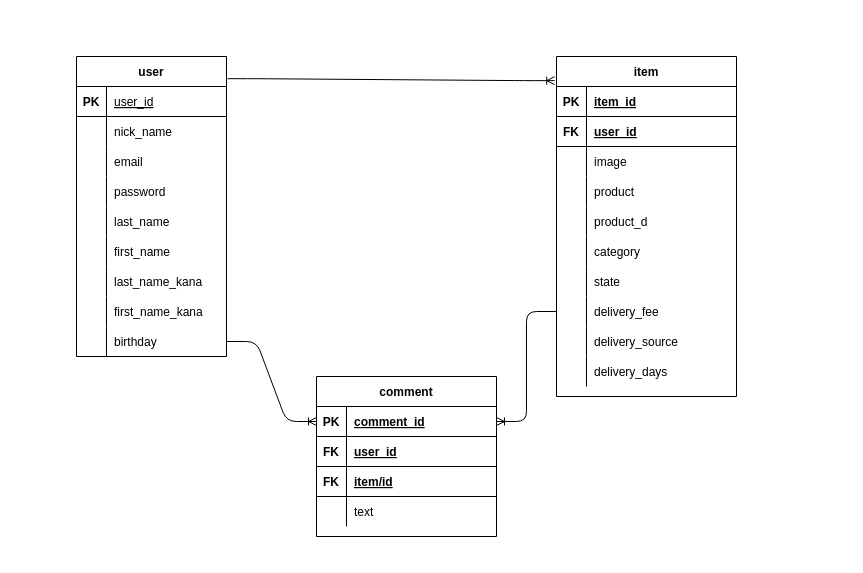
The draw.io diagram furima.dio in e-yamamoto0032/furima-32870, before the edit. Source tidied: cells renumbered, new cells numbered last; positions are measured from the earlier drawing's top-left corner, leaving out a move shared by most shapes. Both pictures are drawn from the tidied source at 100%, with x=0, y=0 at pixel (76, 56).
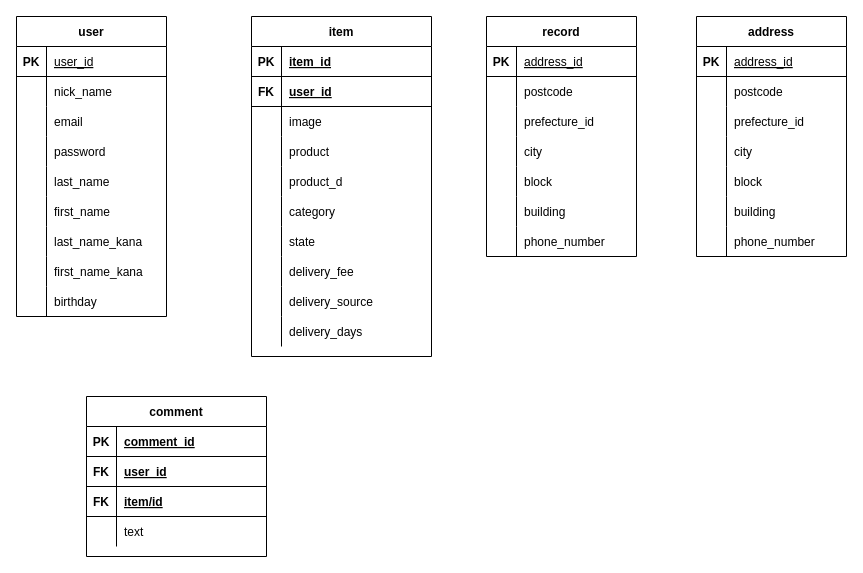
After the change.

Unchanged cells that the change refers to:
```xml
<mxCell id="27" style="shape=partialRectangle;fillColor=none;top=0;left=0;bottom=0;right=0;points=[[0,0.5],[1,0.5]];portConstraint=eastwest;" parent="2" vertex="1">
  <mxGeometry y="270" width="150" height="30" as="geometry" />
</mxCell>
<mxCell id="52" style="shape=partialRectangle;fillColor=none;top=0;left=0;bottom=0;right=0;points=[[0,0.5],[1,0.5]];portConstraint=eastwest;" parent="30" vertex="1">
  <mxGeometry y="240" width="180" height="30" as="geometry" />
</mxCell>
<mxCell id="62" style="shape=partialRectangle;fillColor=none;top=0;left=0;bottom=1;right=0;points=[[0,0.5],[1,0.5]];portConstraint=eastwest;" parent="61" vertex="1">
  <mxGeometry y="30" width="180" height="30" as="geometry" />
</mxCell>
```

Diff of the diagram source:
```diff
@@
     <mxCell id="2" value="user" style="shape=table;startSize=30;childLayout=tableLayout;rowLines=0;fontStyle=1;align=center;" parent="1" vertex="1">
-      <mxGeometry width="150" height="300" as="geometry" />
+      <mxGeometry x="-60" y="-40" width="150" height="300" as="geometry" />
     </mxCell>
@@
     <mxCell id="30" value="item" style="shape=table;startSize=30;childLayout=tableLayout;rowLines=0;fontStyle=1;align=center;" parent="1" vertex="1">
-      <mxGeometry x="480" width="180" height="340" as="geometry" />
+      <mxGeometry x="175" y="-40" width="180" height="340" as="geometry" />
     </mxCell>
@@
     <mxCell id="61" value="comment" style="shape=table;startSize=30;childLayout=tableLayout;rowLines=0;fontStyle=1;align=center;" parent="1" vertex="1">
-      <mxGeometry x="240" y="320" width="180" height="160" as="geometry" />
+      <mxGeometry x="10" y="340" width="180" height="160" as="geometry" />
     </mxCell>
@@
-    <mxCell id="74" style="edgeStyle=entityRelationEdgeStyle;fontSize=12;html=1;endArrow=ERoneToMany;exitX=1.007;exitY=0.074;exitDx=0;exitDy=0;exitPerimeter=0;entryX=-0.01;entryY=0.071;entryDx=0;entryDy=0;entryPerimeter=0;" parent="1" edge="1" source="2" target="30">
-      <mxGeometry relative="1" as="geometry" />
-    </mxCell>
-    <mxCell id="75" style="edgeStyle=entityRelationEdgeStyle;fontSize=12;html=1;endArrow=ERoneToMany;entryX=0;entryY=0.5;entryDx=0;entryDy=0;exitX=1;exitY=0.5;exitDx=0;exitDy=0;" parent="1" edge="1" source="27" target="62">
-      <mxGeometry relative="1" as="geometry" />
-    </mxCell>
-    <mxCell id="76" style="edgeStyle=entityRelationEdgeStyle;fontSize=12;html=1;endArrow=ERoneToMany;entryX=1;entryY=0.5;entryDx=0;entryDy=0;exitX=0;exitY=0.5;exitDx=0;exitDy=0;" parent="1" edge="1" source="52" target="62">
-      <mxGeometry relative="1" as="geometry" />
-    </mxCell>
+    <mxCell id="77" value="address" style="shape=table;startSize=30;childLayout=tableLayout;rowLines=0;fontStyle=1;align=center;" parent="1" vertex="1">
+      <mxGeometry x="620" y="-40" width="150" height="240" as="geometry" />
+    </mxCell>
+    <mxCell id="78" style="shape=partialRectangle;fillColor=none;top=0;left=0;bottom=1;right=0;" parent="77" vertex="1">
+      <mxGeometry y="30" width="150" height="30" as="geometry" />
+    </mxCell>
+    <mxCell id="79" value="PK" style="shape=partialRectangle;fillColor=none;top=0;left=0;bottom=0;right=0;fontStyle=1;overflow=hidden;" parent="78" vertex="1">
+      <mxGeometry width="30" height="30" as="geometry" />
+    </mxCell>
+    <mxCell id="80" value="address_id" style="shape=partialRectangle;fillColor=none;top=0;left=0;bottom=0;right=0;align=left;spacingLeft=6;fontStyle=4;overflow=hidden;" parent="78" vertex="1">
+      <mxGeometry x="30" width="120" height="30" as="geometry" />
+    </mxCell>
+    <mxCell id="81" style="shape=partialRectangle;fillColor=none;top=0;left=0;bottom=0;right=0;" parent="77" vertex="1">
+      <mxGeometry y="60" width="150" height="30" as="geometry" />
+    </mxCell>
+    <mxCell id="82" style="shape=partialRectangle;fillColor=none;top=0;left=0;bottom=0;right=0;overflow=hidden;" parent="81" vertex="1">
+      <mxGeometry width="30" height="30" as="geometry" />
+    </mxCell>
+    <mxCell id="83" value="postcode" style="shape=partialRectangle;fillColor=none;top=0;left=0;bottom=0;right=0;align=left;spacingLeft=6;overflow=hidden;" parent="81" vertex="1">
+      <mxGeometry x="30" width="120" height="30" as="geometry" />
+    </mxCell>
+    <mxCell id="84" style="shape=partialRectangle;fillColor=none;top=0;left=0;bottom=0;right=0;" parent="77" vertex="1">
+      <mxGeometry y="90" width="150" height="30" as="geometry" />
+    </mxCell>
+    <mxCell id="85" style="shape=partialRectangle;fillColor=none;top=0;left=0;bottom=0;right=0;overflow=hidden;" parent="84" vertex="1">
+      <mxGeometry width="30" height="30" as="geometry" />
+    </mxCell>
+    <mxCell id="86" value="prefecture_id" style="shape=partialRectangle;fillColor=none;top=0;left=0;bottom=0;right=0;align=left;spacingLeft=6;overflow=hidden;" parent="84" vertex="1">
+      <mxGeometry x="30" width="120" height="30" as="geometry" />
+    </mxCell>
+    <mxCell id="87" style="shape=partialRectangle;fillColor=none;top=0;left=0;bottom=0;right=0;" parent="77" vertex="1">
+      <mxGeometry y="120" width="150" height="30" as="geometry" />
+    </mxCell>
+    <mxCell id="88" style="shape=partialRectangle;fillColor=none;top=0;left=0;bottom=0;right=0;overflow=hidden;" parent="87" vertex="1">
+      <mxGeometry width="30" height="30" as="geometry" />
+    </mxCell>
+    <mxCell id="89" value="city" style="shape=partialRectangle;fillColor=none;top=0;left=0;bottom=0;right=0;align=left;spacingLeft=6;overflow=hidden;" parent="87" vertex="1">
+      <mxGeometry x="30" width="120" height="30" as="geometry" />
+    </mxCell>
+    <mxCell id="90" style="shape=partialRectangle;fillColor=none;top=0;left=0;bottom=0;right=0;" parent="77" vertex="1">
+      <mxGeometry y="150" width="150" height="30" as="geometry" />
+    </mxCell>
+    <mxCell id="91" style="shape=partialRectangle;fillColor=none;top=0;left=0;bottom=0;right=0;overflow=hidden;" parent="90" vertex="1">
+      <mxGeometry width="30" height="30" as="geometry" />
+    </mxCell>
+    <mxCell id="92" value="block" style="shape=partialRectangle;fillColor=none;top=0;left=0;bottom=0;right=0;align=left;spacingLeft=6;overflow=hidden;" parent="90" vertex="1">
+      <mxGeometry x="30" width="120" height="30" as="geometry" />
+    </mxCell>
+    <mxCell id="93" style="shape=partialRectangle;fillColor=none;top=0;left=0;bottom=0;right=0;" parent="77" vertex="1">
+      <mxGeometry y="180" width="150" height="30" as="geometry" />
+    </mxCell>
+    <mxCell id="94" style="shape=partialRectangle;fillColor=none;top=0;left=0;bottom=0;right=0;overflow=hidden;" parent="93" vertex="1">
+      <mxGeometry width="30" height="30" as="geometry" />
+    </mxCell>
+    <mxCell id="95" value="building" style="shape=partialRectangle;fillColor=none;top=0;left=0;bottom=0;right=0;align=left;spacingLeft=6;overflow=hidden;" parent="93" vertex="1">
+      <mxGeometry x="30" width="120" height="30" as="geometry" />
+    </mxCell>
+    <mxCell id="96" style="shape=partialRectangle;fillColor=none;top=0;left=0;bottom=0;right=0;" parent="77" vertex="1">
+      <mxGeometry y="210" width="150" height="30" as="geometry" />
+    </mxCell>
+    <mxCell id="97" style="shape=partialRectangle;fillColor=none;top=0;left=0;bottom=0;right=0;overflow=hidden;" parent="96" vertex="1">
+      <mxGeometry width="30" height="30" as="geometry" />
+    </mxCell>
+    <mxCell id="98" value="phone_number" style="shape=partialRectangle;fillColor=none;top=0;left=0;bottom=0;right=0;align=left;spacingLeft=6;overflow=hidden;" parent="96" vertex="1">
+      <mxGeometry x="30" width="120" height="30" as="geometry" />
+    </mxCell>
+    <mxCell id="99" value="record" style="shape=table;startSize=30;childLayout=tableLayout;rowLines=0;fontStyle=1;align=center;" parent="1" vertex="1">
+      <mxGeometry x="410" y="-40" width="150" height="240" as="geometry" />
+    </mxCell>
+    <mxCell id="100" style="shape=partialRectangle;fillColor=none;top=0;left=0;bottom=1;right=0;" parent="99" vertex="1">
+      <mxGeometry y="30" width="150" height="30" as="geometry" />
+    </mxCell>
+    <mxCell id="101" value="PK" style="shape=partialRectangle;fillColor=none;top=0;left=0;bottom=0;right=0;fontStyle=1;overflow=hidden;" parent="100" vertex="1">
+      <mxGeometry width="30" height="30" as="geometry" />
+    </mxCell>
+    <mxCell id="102" value="address_id" style="shape=partialRectangle;fillColor=none;top=0;left=0;bottom=0;right=0;align=left;spacingLeft=6;fontStyle=4;overflow=hidden;" parent="100" vertex="1">
+      <mxGeometry x="30" width="120" height="30" as="geometry" />
+    </mxCell>
+    <mxCell id="103" style="shape=partialRectangle;fillColor=none;top=0;left=0;bottom=0;right=0;" parent="99" vertex="1">
+      <mxGeometry y="60" width="150" height="30" as="geometry" />
+    </mxCell>
+    <mxCell id="104" style="shape=partialRectangle;fillColor=none;top=0;left=0;bottom=0;right=0;overflow=hidden;" parent="103" vertex="1">
+      <mxGeometry width="30" height="30" as="geometry" />
+    </mxCell>
+    <mxCell id="105" value="postcode" style="shape=partialRectangle;fillColor=none;top=0;left=0;bottom=0;right=0;align=left;spacingLeft=6;overflow=hidden;" parent="103" vertex="1">
+      <mxGeometry x="30" width="120" height="30" as="geometry" />
+    </mxCell>
+    <mxCell id="106" style="shape=partialRectangle;fillColor=none;top=0;left=0;bottom=0;right=0;" parent="99" vertex="1">
+      <mxGeometry y="90" width="150" height="30" as="geometry" />
+    </mxCell>
+    <mxCell id="107" style="shape=partialRectangle;fillColor=none;top=0;left=0;bottom=0;right=0;overflow=hidden;" parent="106" vertex="1">
+      <mxGeometry width="30" height="30" as="geometry" />
+    </mxCell>
+    <mxCell id="108" value="prefecture_id" style="shape=partialRectangle;fillColor=none;top=0;left=0;bottom=0;right=0;align=left;spacingLeft=6;overflow=hidden;" parent="106" vertex="1">
+      <mxGeometry x="30" width="120" height="30" as="geometry" />
+    </mxCell>
+    <mxCell id="109" style="shape=partialRectangle;fillColor=none;top=0;left=0;bottom=0;right=0;" parent="99" vertex="1">
+      <mxGeometry y="120" width="150" height="30" as="geometry" />
+    </mxCell>
+    <mxCell id="110" style="shape=partialRectangle;fillColor=none;top=0;left=0;bottom=0;right=0;overflow=hidden;" parent="109" vertex="1">
+      <mxGeometry width="30" height="30" as="geometry" />
+    </mxCell>
+    <mxCell id="111" value="city" style="shape=partialRectangle;fillColor=none;top=0;left=0;bottom=0;right=0;align=left;spacingLeft=6;overflow=hidden;" parent="109" vertex="1">
+      <mxGeometry x="30" width="120" height="30" as="geometry" />
+    </mxCell>
+    <mxCell id="112" style="shape=partialRectangle;fillColor=none;top=0;left=0;bottom=0;right=0;" parent="99" vertex="1">
+      <mxGeometry y="150" width="150" height="30" as="geometry" />
+    </mxCell>
+    <mxCell id="113" style="shape=partialRectangle;fillColor=none;top=0;left=0;bottom=0;right=0;overflow=hidden;" parent="112" vertex="1">
+      <mxGeometry width="30" height="30" as="geometry" />
+    </mxCell>
+    <mxCell id="114" value="block" style="shape=partialRectangle;fillColor=none;top=0;left=0;bottom=0;right=0;align=left;spacingLeft=6;overflow=hidden;" parent="112" vertex="1">
+      <mxGeometry x="30" width="120" height="30" as="geometry" />
+    </mxCell>
+    <mxCell id="115" style="shape=partialRectangle;fillColor=none;top=0;left=0;bottom=0;right=0;" parent="99" vertex="1">
+      <mxGeometry y="180" width="150" height="30" as="geometry" />
+    </mxCell>
+    <mxCell id="116" style="shape=partialRectangle;fillColor=none;top=0;left=0;bottom=0;right=0;overflow=hidden;" parent="115" vertex="1">
+      <mxGeometry width="30" height="30" as="geometry" />
+    </mxCell>
+    <mxCell id="117" value="building" style="shape=partialRectangle;fillColor=none;top=0;left=0;bottom=0;right=0;align=left;spacingLeft=6;overflow=hidden;" parent="115" vertex="1">
+      <mxGeometry x="30" width="120" height="30" as="geometry" />
+    </mxCell>
+    <mxCell id="118" style="shape=partialRectangle;fillColor=none;top=0;left=0;bottom=0;right=0;" parent="99" vertex="1">
+      <mxGeometry y="210" width="150" height="30" as="geometry" />
+    </mxCell>
+    <mxCell id="119" style="shape=partialRectangle;fillColor=none;top=0;left=0;bottom=0;right=0;overflow=hidden;" parent="118" vertex="1">
+      <mxGeometry width="30" height="30" as="geometry" />
+    </mxCell>
+    <mxCell id="120" value="phone_number" style="shape=partialRectangle;fillColor=none;top=0;left=0;bottom=0;right=0;align=left;spacingLeft=6;overflow=hidden;" parent="118" vertex="1">
+      <mxGeometry x="30" width="120" height="30" as="geometry" />
+    </mxCell>
```
